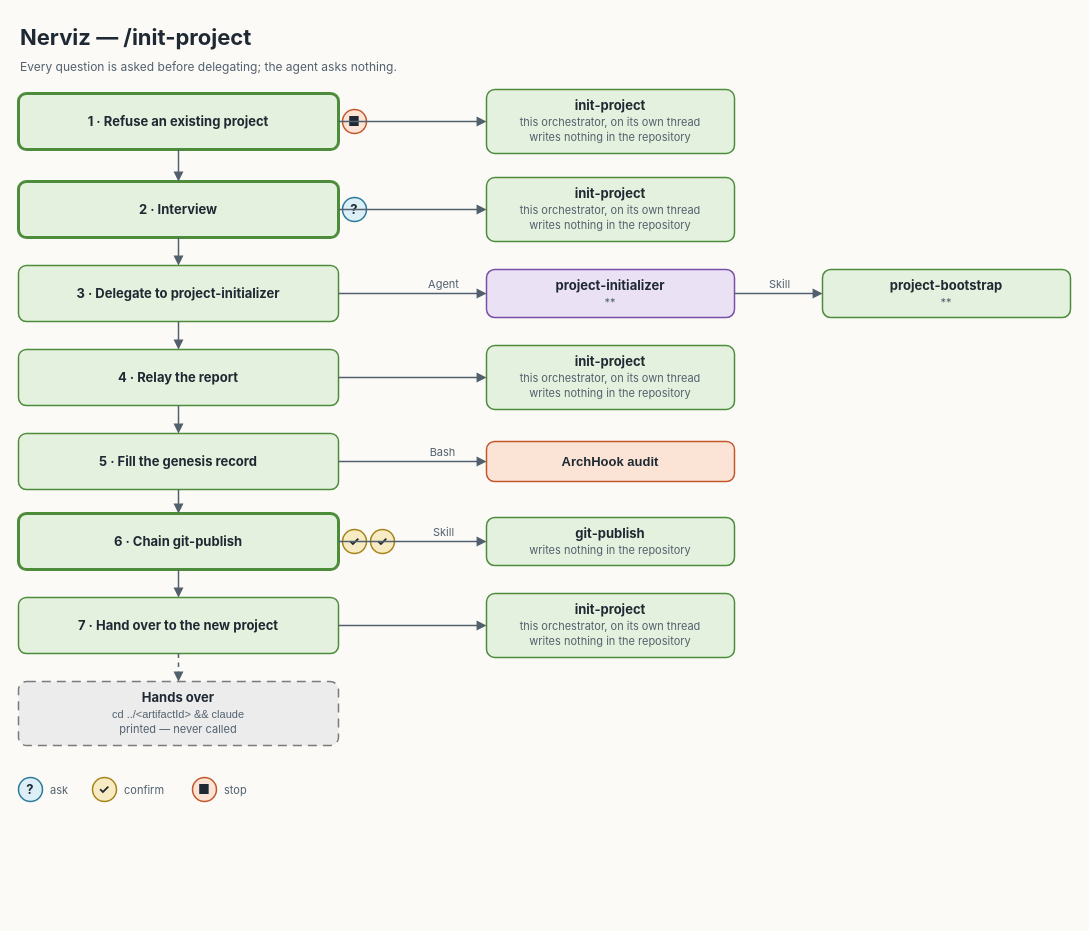
Earlier version of the draw.io diagram docs/diagrams/init-project/init-project.drawio (nerviz-ai/nerviz). Source tidied: cells renumbered, new cells numbered last; positions are measured from the earlier drawing's top-left corner, leaving out a move shared by most shapes. Both pictures are drawn from the tidied source at 100%, with x=0, y=0 at pixel (18, 17).
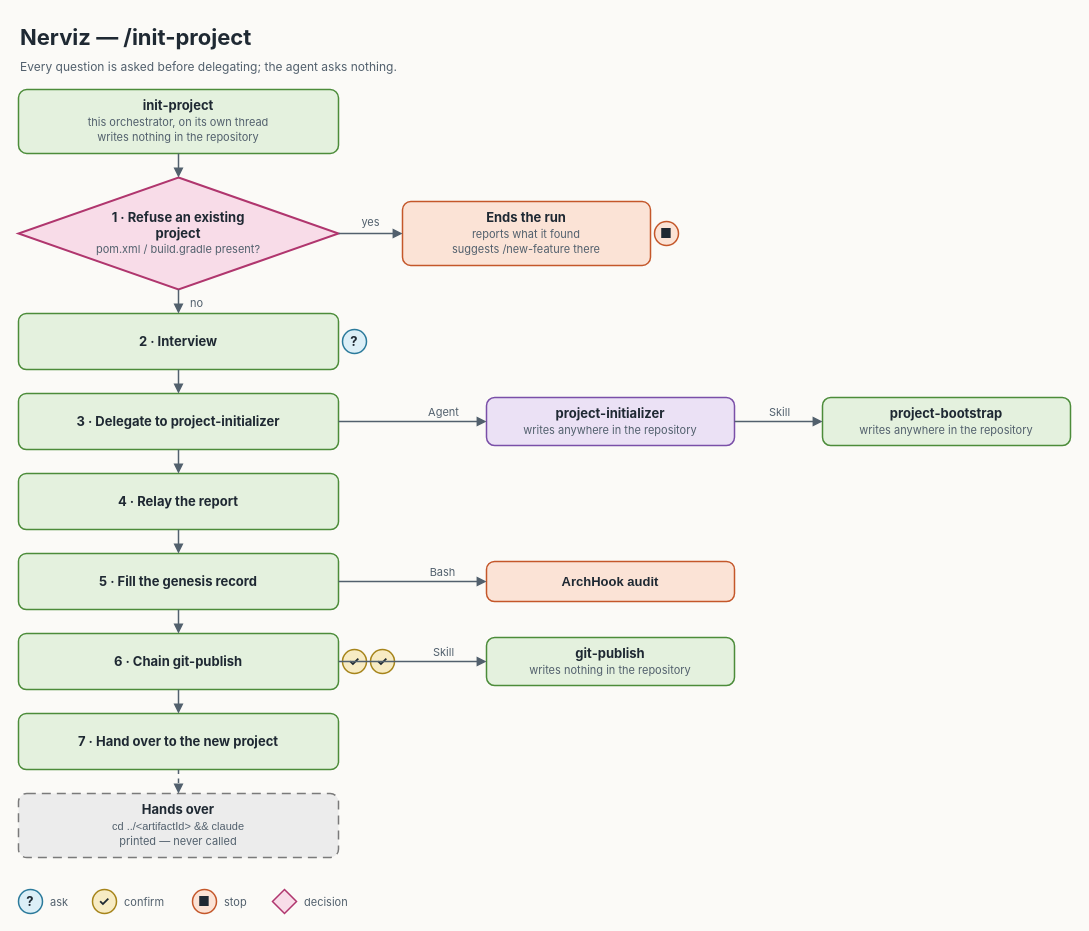
The same diagram, later.

The edit, as a diff of the source:
```diff
@@
+    <mxCell id="48" value="&lt;b&gt;init-project&lt;/b&gt;&lt;br/&gt;&lt;font style=&quot;font-size:11px&quot; color=&quot;#52606D&quot;&gt;this orchestrator, on its own thread&lt;/font&gt;&lt;br/&gt;&lt;font style=&quot;font-size:11px&quot; color=&quot;#52606D&quot;&gt;writes nothing in the repository&lt;/font&gt;" style="rounded=1;arcSize=13;html=1;whiteSpace=wrap;fontSize=13;fontFamily=Inter;fontColor=#1F2933;fillColor=#E4F1DE;strokeColor=#4C8C3A;strokeWidth=1.5;" parent="1" vertex="1">
+      <mxGeometry y="72" width="320" height="64" as="geometry" />
+    </mxCell>
-    <mxCell id="3" value="&lt;b&gt;1 · Refuse an existing project&lt;/b&gt;" style="rounded=1;arcSize=14;html=1;whiteSpace=wrap;fontSize=13;fontFamily=Inter;fontColor=#1F2933;fillColor=#E4F1DE;strokeColor=#4C8C3A;strokeWidth=3;" parent="1" vertex="1">
-      <mxGeometry y="76" width="320" height="56" as="geometry" />
+    <mxCell id="3" value="&lt;b&gt;1 · Refuse an existing&lt;br/&gt;project&lt;/b&gt;&lt;br/&gt;&lt;font style=&quot;font-size:11px&quot; color=&quot;#52606D&quot;&gt;pom.xml / build.gradle present?&lt;/font&gt;" style="rhombus;html=1;whiteSpace=wrap;fontSize=13;fontFamily=Inter;fontColor=#1F2933;fillColor=#F8DCE8;strokeColor=#B0366E;strokeWidth=2;" parent="1" vertex="1">
+      <mxGeometry y="160" width="320" height="112" as="geometry" />
     </mxCell>
-    <mxCell id="4" value="&lt;b&gt;init-project&lt;/b&gt;&lt;br/&gt;&lt;font style=&quot;font-size:11px&quot; color=&quot;#52606D&quot;&gt;this orchestrator, on its own thread&lt;/font&gt;&lt;br/&gt;&lt;font style=&quot;font-size:11px&quot; color=&quot;#52606D&quot;&gt;writes nothing in the repository&lt;/font&gt;" style="rounded=1;arcSize=13;html=1;whiteSpace=wrap;fontSize=13;fontFamily=Inter;fontColor=#1F2933;fillColor=#E4F1DE;strokeColor=#4C8C3A;strokeWidth=1.5;" parent="1" vertex="1">
-      <mxGeometry x="468" y="72" width="248" height="64" as="geometry" />
-    </mxCell>
+    <mxCell id="49" value="&lt;b&gt;Ends the run&lt;/b&gt;&lt;br/&gt;&lt;font style=&quot;font-size:11px&quot; color=&quot;#52606D&quot;&gt;reports what it found&lt;/font&gt;&lt;br/&gt;&lt;font style=&quot;font-size:11px&quot; color=&quot;#52606D&quot;&gt;suggests /new-feature there&lt;/font&gt;" style="rounded=1;arcSize=13;html=1;whiteSpace=wrap;fontSize=13;fontFamily=Inter;fontColor=#1F2933;fillColor=#FBE3D6;strokeColor=#C4572A;strokeWidth=1.5;" parent="1" vertex="1">
+      <mxGeometry x="384" y="184" width="248" height="64" as="geometry" />
+    </mxCell>
     <mxCell id="5" value="&lt;b&gt;■&lt;/b&gt;" style="rounded=1;arcSize=50;html=1;whiteSpace=wrap;fontSize=13;fontFamily=Inter;fontColor=#1F2933;fillColor=#FBE3D6;strokeColor=#C4572A;strokeWidth=1.5;" parent="1" vertex="1">
-      <mxGeometry x="324" y="92" width="24" height="24" as="geometry" />
+      <mxGeometry x="636" y="204" width="24" height="24" as="geometry" />
     </mxCell>
-    <mxCell id="6" value="&lt;b&gt;2 · Interview&lt;/b&gt;" style="rounded=1;arcSize=14;html=1;whiteSpace=wrap;fontSize=13;fontFamily=Inter;fontColor=#1F2933;fillColor=#E4F1DE;strokeColor=#4C8C3A;strokeWidth=3;" parent="1" vertex="1">
-      <mxGeometry y="164" width="320" height="56" as="geometry" />
+    <mxCell id="6" value="&lt;b&gt;2 · Interview&lt;/b&gt;" style="rounded=1;arcSize=14;html=1;whiteSpace=wrap;fontSize=13;fontFamily=Inter;fontColor=#1F2933;fillColor=#E4F1DE;strokeColor=#4C8C3A;strokeWidth=1.5;" parent="1" vertex="1">
+      <mxGeometry y="296" width="320" height="56" as="geometry" />
     </mxCell>
-    <mxCell id="7" value="&lt;b&gt;init-project&lt;/b&gt;&lt;br/&gt;&lt;font style=&quot;font-size:11px&quot; color=&quot;#52606D&quot;&gt;this orchestrator, on its own thread&lt;/font&gt;&lt;br/&gt;&lt;font style=&quot;font-size:11px&quot; color=&quot;#52606D&quot;&gt;writes nothing in the repository&lt;/font&gt;" style="rounded=1;arcSize=13;html=1;whiteSpace=wrap;fontSize=13;fontFamily=Inter;fontColor=#1F2933;fillColor=#E4F1DE;strokeColor=#4C8C3A;strokeWidth=1.5;" parent="1" vertex="1">
-      <mxGeometry x="468" y="160" width="248" height="64" as="geometry" />
-    </mxCell>
     <mxCell id="8" value="&lt;b&gt;?&lt;/b&gt;" style="rounded=1;arcSize=50;html=1;whiteSpace=wrap;fontSize=13;fontFamily=Inter;fontColor=#1F2933;fillColor=#DCEFF7;strokeColor=#2B7A9B;strokeWidth=1.5;" parent="1" vertex="1">
-      <mxGeometry x="324" y="180" width="24" height="24" as="geometry" />
+      <mxGeometry x="324" y="312" width="24" height="24" as="geometry" />
     </mxCell>
     <mxCell id="9" value="&lt;b&gt;3 · Delegate to project-initializer&lt;/b&gt;" style="rounded=1;arcSize=14;html=1;whiteSpace=wrap;fontSize=13;fontFamily=Inter;fontColor=#1F2933;fillColor=#E4F1DE;strokeColor=#4C8C3A;strokeWidth=1.5;" parent="1" vertex="1">
-      <mxGeometry y="248" width="320" height="56" as="geometry" />
+      <mxGeometry y="376" width="320" height="56" as="geometry" />
     </mxCell>
-    <mxCell id="10" value="&lt;b&gt;project-initializer&lt;/b&gt;&lt;br/&gt;&lt;font style=&quot;font-size:11px&quot; color=&quot;#52606D&quot;&gt;**&lt;/font&gt;" style="rounded=1;arcSize=17;html=1;whiteSpace=wrap;fontSize=13;fontFamily=Inter;fontColor=#1F2933;fillColor=#EBE1F5;strokeColor=#7A4FA8;strokeWidth=1.5;" parent="1" vertex="1">
-      <mxGeometry x="468" y="252" width="248" height="48" as="geometry" />
-    </mxCell>
-    <mxCell id="11" value="&lt;b&gt;project-bootstrap&lt;/b&gt;&lt;br/&gt;&lt;font style=&quot;font-size:11px&quot; color=&quot;#52606D&quot;&gt;**&lt;/font&gt;" style="rounded=1;arcSize=17;html=1;whiteSpace=wrap;fontSize=13;fontFamily=Inter;fontColor=#1F2933;fillColor=#E4F1DE;strokeColor=#4C8C3A;strokeWidth=1.5;" parent="1" vertex="1">
-      <mxGeometry x="804" y="252" width="248" height="48" as="geometry" />
-    </mxCell>
+    <mxCell id="50" value="&lt;b&gt;project-initializer&lt;/b&gt;&lt;br/&gt;&lt;font style=&quot;font-size:11px&quot; color=&quot;#52606D&quot;&gt;writes anywhere in the repository&lt;/font&gt;" style="rounded=1;arcSize=17;html=1;whiteSpace=wrap;fontSize=13;fontFamily=Inter;fontColor=#1F2933;fillColor=#EBE1F5;strokeColor=#7A4FA8;strokeWidth=1.5;" parent="1" vertex="1">
+      <mxGeometry x="468" y="380" width="248" height="48" as="geometry" />
+    </mxCell>
+    <mxCell id="51" value="&lt;b&gt;project-bootstrap&lt;/b&gt;&lt;br/&gt;&lt;font style=&quot;font-size:11px&quot; color=&quot;#52606D&quot;&gt;writes anywhere in the repository&lt;/font&gt;" style="rounded=1;arcSize=17;html=1;whiteSpace=wrap;fontSize=13;fontFamily=Inter;fontColor=#1F2933;fillColor=#E4F1DE;strokeColor=#4C8C3A;strokeWidth=1.5;" parent="1" vertex="1">
+      <mxGeometry x="804" y="380" width="248" height="48" as="geometry" />
+    </mxCell>
     <mxCell id="12" value="&lt;b&gt;4 · Relay the report&lt;/b&gt;" style="rounded=1;arcSize=14;html=1;whiteSpace=wrap;fontSize=13;fontFamily=Inter;fontColor=#1F2933;fillColor=#E4F1DE;strokeColor=#4C8C3A;strokeWidth=1.5;" parent="1" vertex="1">
-      <mxGeometry y="332" width="320" height="56" as="geometry" />
+      <mxGeometry y="456" width="320" height="56" as="geometry" />
     </mxCell>
-    <mxCell id="13" value="&lt;b&gt;init-project&lt;/b&gt;&lt;br/&gt;&lt;font style=&quot;font-size:11px&quot; color=&quot;#52606D&quot;&gt;this orchestrator, on its own thread&lt;/font&gt;&lt;br/&gt;&lt;font style=&quot;font-size:11px&quot; color=&quot;#52606D&quot;&gt;writes nothing in the repository&lt;/font&gt;" style="rounded=1;arcSize=13;html=1;whiteSpace=wrap;fontSize=13;fontFamily=Inter;fontColor=#1F2933;fillColor=#E4F1DE;strokeColor=#4C8C3A;strokeWidth=1.5;" parent="1" vertex="1">
-      <mxGeometry x="468" y="328" width="248" height="64" as="geometry" />
-    </mxCell>
     <mxCell id="14" value="&lt;b&gt;5 · Fill the genesis record&lt;/b&gt;" style="rounded=1;arcSize=14;html=1;whiteSpace=wrap;fontSize=13;fontFamily=Inter;fontColor=#1F2933;fillColor=#E4F1DE;strokeColor=#4C8C3A;strokeWidth=1.5;" parent="1" vertex="1">
-      <mxGeometry y="416" width="320" height="56" as="geometry" />
+      <mxGeometry y="536" width="320" height="56" as="geometry" />
     </mxCell>
     <mxCell id="15" value="&lt;b&gt;&lt;font face=&quot;ui-monospace&quot;&gt;ArchHook audit&lt;/font&gt;&lt;/b&gt;" style="rounded=1;arcSize=20;html=1;whiteSpace=wrap;fontSize=13;fontFamily=Inter;fontColor=#1F2933;fillColor=#FBE3D6;strokeColor=#C4572A;strokeWidth=1.5;" parent="1" vertex="1">
-      <mxGeometry x="468" y="424" width="248" height="40" as="geometry" />
+      <mxGeometry x="468" y="544" width="248" height="40" as="geometry" />
     </mxCell>
-    <mxCell id="16" value="&lt;b&gt;6 · Chain git-publish&lt;/b&gt;" style="rounded=1;arcSize=14;html=1;whiteSpace=wrap;fontSize=13;fontFamily=Inter;fontColor=#1F2933;fillColor=#E4F1DE;strokeColor=#4C8C3A;strokeWidth=3;" parent="1" vertex="1">
-      <mxGeometry y="496" width="320" height="56" as="geometry" />
+    <mxCell id="16" value="&lt;b&gt;6 · Chain git-publish&lt;/b&gt;" style="rounded=1;arcSize=14;html=1;whiteSpace=wrap;fontSize=13;fontFamily=Inter;fontColor=#1F2933;fillColor=#E4F1DE;strokeColor=#4C8C3A;strokeWidth=1.5;" parent="1" vertex="1">
+      <mxGeometry y="616" width="320" height="56" as="geometry" />
     </mxCell>
     <mxCell id="17" value="&lt;b&gt;git-publish&lt;/b&gt;&lt;br/&gt;&lt;font style=&quot;font-size:11px&quot; color=&quot;#52606D&quot;&gt;writes nothing in the repository&lt;/font&gt;" style="rounded=1;arcSize=17;html=1;whiteSpace=wrap;fontSize=13;fontFamily=Inter;fontColor=#1F2933;fillColor=#E4F1DE;strokeColor=#4C8C3A;strokeWidth=1.5;" parent="1" vertex="1">
-      <mxGeometry x="468" y="500" width="248" height="48" as="geometry" />
+      <mxGeometry x="468" y="620" width="248" height="48" as="geometry" />
     </mxCell>
     <mxCell id="18" value="&lt;b&gt;✓&lt;/b&gt;" style="rounded=1;arcSize=50;html=1;whiteSpace=wrap;fontSize=13;fontFamily=Inter;fontColor=#1F2933;fillColor=#F7EBC4;strokeColor=#A6841A;strokeWidth=1.5;" parent="1" vertex="1">
-      <mxGeometry x="324" y="512" width="24" height="24" as="geometry" />
+      <mxGeometry x="324" y="632" width="24" height="24" as="geometry" />
     </mxCell>
     <mxCell id="19" value="&lt;b&gt;✓&lt;/b&gt;" style="rounded=1;arcSize=50;html=1;whiteSpace=wrap;fontSize=13;fontFamily=Inter;fontColor=#1F2933;fillColor=#F7EBC4;strokeColor=#A6841A;strokeWidth=1.5;" parent="1" vertex="1">
-      <mxGeometry x="352" y="512" width="24" height="24" as="geometry" />
+      <mxGeometry x="352" y="632" width="24" height="24" as="geometry" />
     </mxCell>
     <mxCell id="20" value="&lt;b&gt;7 · Hand over to the new project&lt;/b&gt;" style="rounded=1;arcSize=14;html=1;whiteSpace=wrap;fontSize=13;fontFamily=Inter;fontColor=#1F2933;fillColor=#E4F1DE;strokeColor=#4C8C3A;strokeWidth=1.5;" parent="1" vertex="1">
-      <mxGeometry y="580" width="320" height="56" as="geometry" />
+      <mxGeometry y="696" width="320" height="56" as="geometry" />
     </mxCell>
-    <mxCell id="21" value="&lt;b&gt;init-project&lt;/b&gt;&lt;br/&gt;&lt;font style=&quot;font-size:11px&quot; color=&quot;#52606D&quot;&gt;this orchestrator, on its own thread&lt;/font&gt;&lt;br/&gt;&lt;font style=&quot;font-size:11px&quot; color=&quot;#52606D&quot;&gt;writes nothing in the repository&lt;/font&gt;" style="rounded=1;arcSize=13;html=1;whiteSpace=wrap;fontSize=13;fontFamily=Inter;fontColor=#1F2933;fillColor=#E4F1DE;strokeColor=#4C8C3A;strokeWidth=1.5;" parent="1" vertex="1">
-      <mxGeometry x="468" y="576" width="248" height="64" as="geometry" />
-    </mxCell>
     <mxCell id="22" value="&lt;b&gt;Hands over&lt;/b&gt;&lt;br/&gt;&lt;font style=&quot;font-size:11px&quot; color=&quot;#52606D&quot; face=&quot;ui-monospace&quot;&gt;cd ../&amp;lt;artifactId&amp;gt; &amp;amp;&amp;amp; claude&lt;/font&gt;&lt;br/&gt;&lt;font style=&quot;font-size:11px&quot; color=&quot;#52606D&quot;&gt;printed — never called&lt;/font&gt;" style="rounded=1;arcSize=13;html=1;whiteSpace=wrap;fontSize=13;fontFamily=Inter;fontColor=#1F2933;fillColor=#ECECEC;strokeColor=#7A7A7A;strokeWidth=1.5;dashed=1;dashPattern=6 4;" parent="1" vertex="1">
-      <mxGeometry y="664" width="320" height="64" as="geometry" />
+      <mxGeometry y="776" width="320" height="64" as="geometry" />
     </mxCell>
     <mxCell id="23" value="&lt;b&gt;?&lt;/b&gt;" style="rounded=1;arcSize=50;html=1;whiteSpace=wrap;fontSize=13;fontFamily=Inter;fontColor=#1F2933;fillColor=#DCEFF7;strokeColor=#2B7A9B;strokeWidth=1.5;" parent="1" vertex="1">
-      <mxGeometry y="760" width="24" height="24" as="geometry" />
+      <mxGeometry y="872" width="24" height="24" as="geometry" />
     </mxCell>
     <mxCell id="24" value="&lt;b&gt;✓&lt;/b&gt;" style="rounded=1;arcSize=50;html=1;whiteSpace=wrap;fontSize=13;fontFamily=Inter;fontColor=#1F2933;fillColor=#F7EBC4;strokeColor=#A6841A;strokeWidth=1.5;" parent="1" vertex="1">
-      <mxGeometry x="74" y="760" width="24" height="24" as="geometry" />
+      <mxGeometry x="74" y="872" width="24" height="24" as="geometry" />
     </mxCell>
     <mxCell id="25" value="&lt;b&gt;■&lt;/b&gt;" style="rounded=1;arcSize=50;html=1;whiteSpace=wrap;fontSize=13;fontFamily=Inter;fontColor=#1F2933;fillColor=#FBE3D6;strokeColor=#C4572A;strokeWidth=1.5;" parent="1" vertex="1">
-      <mxGeometry x="174" y="760" width="24" height="24" as="geometry" />
+      <mxGeometry x="174" y="872" width="24" height="24" as="geometry" />
     </mxCell>
-    <mxCell id="26" style="edgeStyle=none;html=1;endArrow=block;endFill=1;strokeColor=#52606D;strokeWidth=1.5;" parent="1" edge="1" source="3" target="4">
-      <mxGeometry relative="1" as="geometry" />
-    </mxCell>
-    <mxCell id="27" style="edgeStyle=none;html=1;endArrow=block;endFill=1;strokeColor=#52606D;strokeWidth=1.5;" parent="1" edge="1" source="6" target="7">
-      <mxGeometry relative="1" as="geometry" />
-    </mxCell>
-    <mxCell id="28" style="edgeStyle=none;html=1;endArrow=block;endFill=1;strokeColor=#52606D;strokeWidth=1.5;" parent="1" edge="1" source="9" target="10">
-      <mxGeometry relative="1" as="geometry" />
-    </mxCell>
-    <mxCell id="29" style="edgeStyle=none;html=1;endArrow=block;endFill=1;strokeColor=#52606D;strokeWidth=1.5;" parent="1" edge="1" source="10" target="11">
-      <mxGeometry relative="1" as="geometry" />
-    </mxCell>
-    <mxCell id="30" style="edgeStyle=none;html=1;endArrow=block;endFill=1;strokeColor=#52606D;strokeWidth=1.5;" parent="1" edge="1" source="12" target="13">
-      <mxGeometry relative="1" as="geometry" />
-    </mxCell>
-    <mxCell id="31" style="edgeStyle=none;html=1;endArrow=block;endFill=1;strokeColor=#52606D;strokeWidth=1.5;" parent="1" edge="1" source="14" target="15">
-      <mxGeometry relative="1" as="geometry" />
-    </mxCell>
-    <mxCell id="32" style="edgeStyle=none;html=1;endArrow=block;endFill=1;strokeColor=#52606D;strokeWidth=1.5;" parent="1" edge="1" source="16" target="17">
-      <mxGeometry relative="1" as="geometry" />
-    </mxCell>
-    <mxCell id="33" style="edgeStyle=none;html=1;endArrow=block;endFill=1;strokeColor=#52606D;strokeWidth=1.5;" parent="1" edge="1" source="20" target="21">
-      <mxGeometry relative="1" as="geometry" />
-    </mxCell>
-    <mxCell id="34" style="edgeStyle=none;html=1;endArrow=block;endFill=1;strokeColor=#52606D;strokeWidth=1.5;dashed=1;" parent="1" edge="1" source="20" target="22">
-      <mxGeometry relative="1" as="geometry" />
-    </mxCell>
+    <mxCell id="52" style="rhombus;html=1;whiteSpace=wrap;fontSize=13;fontFamily=Inter;fontColor=#1F2933;fillColor=#F8DCE8;strokeColor=#B0366E;strokeWidth=1.5;" parent="1" vertex="1">
+      <mxGeometry x="254" y="872" width="24" height="24" as="geometry" />
+    </mxCell>
+    <mxCell id="53" style="edgeStyle=none;html=1;endArrow=block;endFill=1;strokeColor=#52606D;strokeWidth=1.5;" parent="1" edge="1" source="48" target="3">
+      <mxGeometry relative="1" as="geometry" />
+    </mxCell>
+    <mxCell id="54" style="edgeStyle=none;html=1;endArrow=block;endFill=1;strokeColor=#52606D;strokeWidth=1.5;" parent="1" edge="1" source="3" target="49">
+      <mxGeometry relative="1" as="geometry" />
+    </mxCell>
@@
+    <mxCell id="55" style="edgeStyle=none;html=1;endArrow=block;endFill=1;strokeColor=#52606D;strokeWidth=1.5;" parent="1" edge="1" source="50" target="51">
+      <mxGeometry relative="1" as="geometry" />
+    </mxCell>
+    <mxCell id="56" style="edgeStyle=none;html=1;endArrow=block;endFill=1;strokeColor=#52606D;strokeWidth=1.5;" parent="1" edge="1" source="9" target="50">
+      <mxGeometry relative="1" as="geometry" />
+    </mxCell>
@@
+    <mxCell id="31" style="edgeStyle=none;html=1;endArrow=block;endFill=1;strokeColor=#52606D;strokeWidth=1.5;" parent="1" edge="1" source="14" target="15">
+      <mxGeometry relative="1" as="geometry" />
+    </mxCell>
@@
+    <mxCell id="32" style="edgeStyle=none;html=1;endArrow=block;endFill=1;strokeColor=#52606D;strokeWidth=1.5;" parent="1" edge="1" source="16" target="17">
+      <mxGeometry relative="1" as="geometry" />
+    </mxCell>
@@
+    <mxCell id="34" style="edgeStyle=none;html=1;endArrow=block;endFill=1;strokeColor=#52606D;strokeWidth=1.5;dashed=1;" parent="1" edge="1" source="20" target="22">
+      <mxGeometry relative="1" as="geometry" />
+    </mxCell>
+    <mxCell id="57" value="yes" style="text;html=1;align=center;verticalAlign=middle;whiteSpace=nowrap;fontSize=11;fontFamily=Inter;fontColor=#52606D;" parent="1" vertex="1">
+      <mxGeometry x="342" y="197" width="20" height="15" as="geometry" />
+    </mxCell>
+    <mxCell id="58" value="no" style="text;html=1;align=left;verticalAlign=middle;whiteSpace=nowrap;fontSize=11;fontFamily=Inter;fontColor=#52606D;" parent="1" vertex="1">
+      <mxGeometry x="170" y="278" width="13" height="15" as="geometry" />
+    </mxCell>
+    <mxCell id="59" value="Skill" style="text;html=1;align=center;verticalAlign=middle;whiteSpace=nowrap;fontSize=11;fontFamily=Inter;fontColor=#52606D;" parent="1" vertex="1">
+      <mxGeometry x="744" y="387" width="33" height="15" as="geometry" />
+    </mxCell>
     <mxCell id="41" value="Agent" style="text;html=1;align=center;verticalAlign=middle;whiteSpace=nowrap;fontSize=11;fontFamily=Inter;fontColor=#52606D;" parent="1" vertex="1">
-      <mxGeometry x="408" y="259" width="33" height="15" as="geometry" />
+      <mxGeometry x="408" y="387" width="33" height="15" as="geometry" />
     </mxCell>
-    <mxCell id="42" value="Skill" style="text;html=1;align=center;verticalAlign=middle;whiteSpace=nowrap;fontSize=11;fontFamily=Inter;fontColor=#52606D;" parent="1" vertex="1">
-      <mxGeometry x="744" y="259" width="33" height="15" as="geometry" />
-    </mxCell>
     <mxCell id="43" value="Bash" style="text;html=1;align=center;verticalAlign=middle;whiteSpace=nowrap;fontSize=11;fontFamily=Inter;fontColor=#52606D;" parent="1" vertex="1">
-      <mxGeometry x="411" y="427" width="26" height="15" as="geometry" />
+      <mxGeometry x="411" y="547" width="26" height="15" as="geometry" />
     </mxCell>
-    <mxCell id="44" value="Skill" style="text;html=1;align=center;verticalAlign=middle;whiteSpace=nowrap;fontSize=11;fontFamily=Inter;fontColor=#52606D;" parent="1" vertex="1">
-      <mxGeometry x="408" y="507" width="33" height="15" as="geometry" />
-    </mxCell>
+    <mxCell id="60" value="Skill" style="text;html=1;align=center;verticalAlign=middle;whiteSpace=nowrap;fontSize=11;fontFamily=Inter;fontColor=#52606D;" parent="1" vertex="1">
+      <mxGeometry x="408" y="627" width="33" height="15" as="geometry" />
+    </mxCell>
     <mxCell id="45" value="ask" style="text;html=1;align=left;verticalAlign=middle;whiteSpace=nowrap;fontSize=11;fontFamily=Inter;fontColor=#52606D;" parent="1" vertex="1">
-      <mxGeometry x="30" y="765" width="20" height="15" as="geometry" />
+      <mxGeometry x="30" y="877" width="20" height="15" as="geometry" />
     </mxCell>
     <mxCell id="46" value="confirm" style="text;html=1;align=left;verticalAlign=middle;whiteSpace=nowrap;fontSize=11;fontFamily=Inter;fontColor=#52606D;" parent="1" vertex="1">
-      <mxGeometry x="104" y="765" width="46" height="15" as="geometry" />
+      <mxGeometry x="104" y="877" width="46" height="15" as="geometry" />
     </mxCell>
     <mxCell id="47" value="stop" style="text;html=1;align=left;verticalAlign=middle;whiteSpace=nowrap;fontSize=11;fontFamily=Inter;fontColor=#52606D;" parent="1" vertex="1">
-      <mxGeometry x="204" y="765" width="26" height="15" as="geometry" />
+      <mxGeometry x="204" y="877" width="26" height="15" as="geometry" />
     </mxCell>
+    <mxCell id="61" value="decision" style="text;html=1;align=left;verticalAlign=middle;whiteSpace=nowrap;fontSize=11;fontFamily=Inter;fontColor=#52606D;" parent="1" vertex="1">
+      <mxGeometry x="284" y="877" width="53" height="15" as="geometry" />
+    </mxCell>
```
